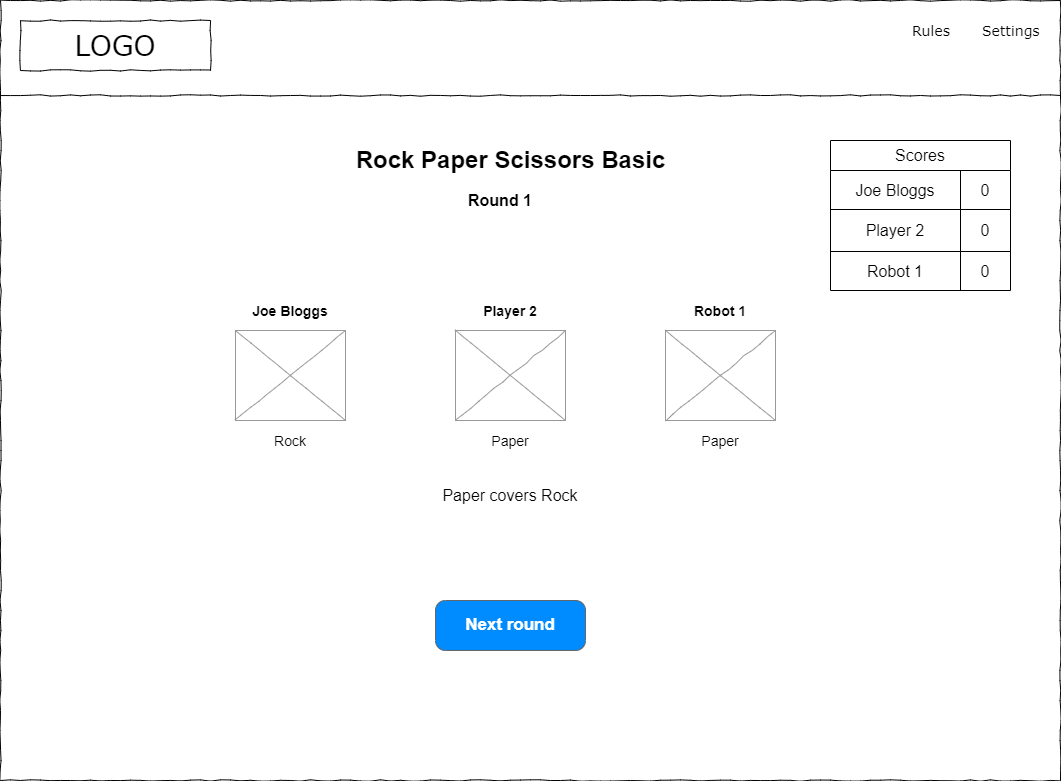
Above: design/img/rps-xtreme-round-result-large.drawio.png in ibuttimer/rock-paper-scissors-xtreme (draw.io), before the change. Source tidied: cells renumbered, new cells last; positions are measured from the earlier drawing's top-left corner, leaving out a move shared by most shapes.
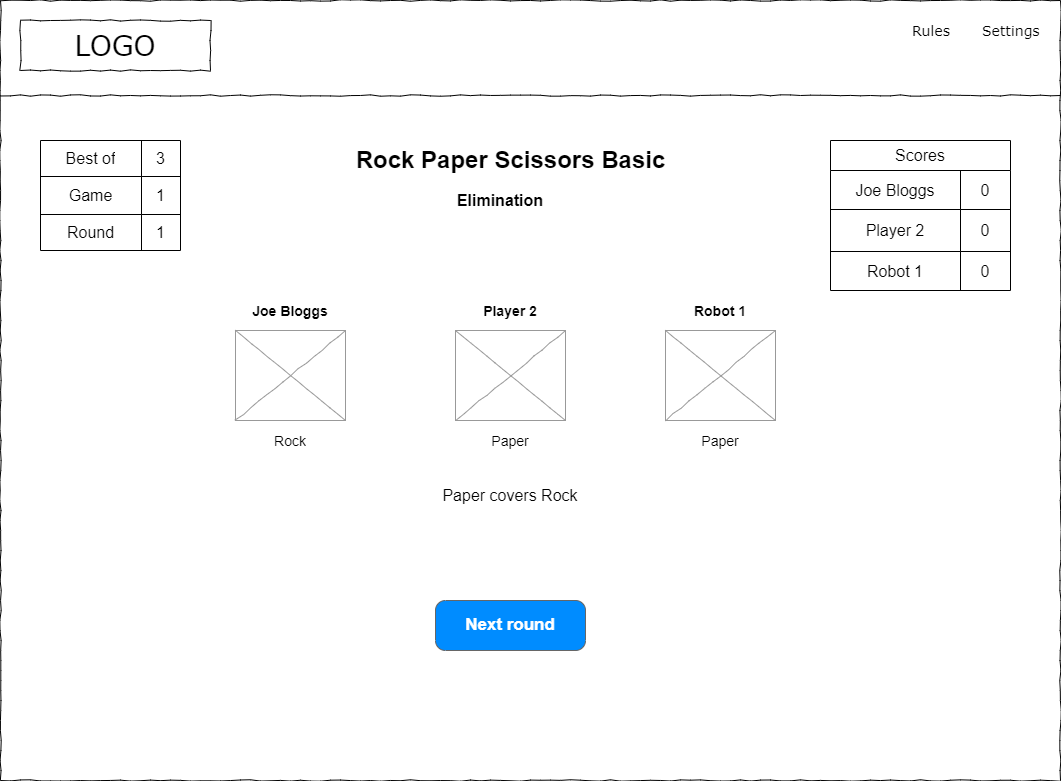
After the change.

The edit, as a diff of the source:
```diff
@@ -46,11 +46,6 @@
         <mxGeometry x="430" y="290" width="160" height="40" as="geometry" />
       </mxCell>
     </object>
-    <object id="14" label="&lt;b style=&quot;&quot;&gt;&lt;font style=&quot;font-size: 16px;&quot;&gt;Round 1&lt;/font&gt;&lt;/b&gt;" name="Variable" placeholders="1">
-      <mxCell style="text;html=1;strokeColor=none;fillColor=none;align=center;verticalAlign=middle;whiteSpace=wrap;overflow=hidden;" parent="1" vertex="1">
-        <mxGeometry x="420" y="180" width="160" height="40" as="geometry" />
-      </mxCell>
-    </object>
     <mxCell id="15" value="Paper covers Rock" style="text;html=1;strokeColor=none;fillColor=none;align=center;verticalAlign=middle;whiteSpace=wrap;rounded=0;fontSize=16;" parent="1" vertex="1">
       <mxGeometry x="440" y="480" width="140" height="30" as="geometry" />
     </mxCell>
@@ -100,5 +95,40 @@
     <mxCell id="29" value="0" style="shape=partialRectangle;html=1;whiteSpace=wrap;fillColor=none;top=0;left=0;bottom=0;right=0;overflow=hidden;fontSize=16;" parent="27" vertex="1">
       <mxGeometry x="130" width="50" height="39" as="geometry" />
     </mxCell>
+    <object id="30" label="&lt;b style=&quot;&quot;&gt;&lt;font style=&quot;font-size: 16px;&quot;&gt;Elimination&lt;/font&gt;&lt;/b&gt;" name="Variable" placeholders="1">
+      <mxCell style="text;html=1;strokeColor=none;fillColor=none;align=center;verticalAlign=middle;whiteSpace=wrap;overflow=hidden;" parent="1" vertex="1">
+        <mxGeometry x="340" y="180" width="320" height="40" as="geometry" />
+      </mxCell>
+    </object>
+    <mxCell id="31" style="shape=table;html=1;whiteSpace=wrap;startSize=0;fontSize=16;" parent="1" vertex="1">
+      <mxGeometry x="40" y="140" width="140" height="110" as="geometry" />
+    </mxCell>
+    <mxCell id="32" style="shape=tableRow;horizontal=0;startSize=0;swimlaneHead=0;swimlaneBody=0;top=0;left=0;bottom=0;right=0;fillColor=none;fontSize=16;" parent="31" vertex="1">
+      <mxGeometry width="140" height="36" as="geometry" />
+    </mxCell>
+    <mxCell id="33" value="Best of" style="shape=partialRectangle;html=1;whiteSpace=wrap;fillColor=none;top=0;left=0;bottom=0;right=0;overflow=hidden;fontSize=16;" parent="32" vertex="1">
+      <mxGeometry width="101" height="36" as="geometry" />
+    </mxCell>
+    <mxCell id="34" value="3" style="shape=partialRectangle;html=1;whiteSpace=wrap;fillColor=none;top=0;left=0;bottom=0;right=0;overflow=hidden;fontSize=16;" parent="32" vertex="1">
+      <mxGeometry x="101" width="39" height="36" as="geometry" />
+    </mxCell>
+    <mxCell id="35" style="shape=tableRow;horizontal=0;startSize=0;swimlaneHead=0;swimlaneBody=0;top=0;left=0;bottom=0;right=0;fillColor=none;fontSize=16;" parent="31" vertex="1">
+      <mxGeometry y="36" width="140" height="38" as="geometry" />
+    </mxCell>
+    <mxCell id="36" value="Game" style="shape=partialRectangle;html=1;whiteSpace=wrap;fillColor=none;top=0;left=0;bottom=0;right=0;overflow=hidden;fontSize=16;" parent="35" vertex="1">
+      <mxGeometry width="101" height="38" as="geometry" />
+    </mxCell>
+    <mxCell id="37" value="1" style="shape=partialRectangle;html=1;whiteSpace=wrap;fillColor=none;top=0;left=0;bottom=0;right=0;overflow=hidden;fontSize=16;" parent="35" vertex="1">
+      <mxGeometry x="101" width="39" height="38" as="geometry" />
+    </mxCell>
+    <mxCell id="38" style="shape=tableRow;horizontal=0;startSize=0;swimlaneHead=0;swimlaneBody=0;top=0;left=0;bottom=0;right=0;fillColor=none;fontSize=16;" parent="31" vertex="1">
+      <mxGeometry y="74" width="140" height="36" as="geometry" />
+    </mxCell>
+    <mxCell id="39" value="Round" style="shape=partialRectangle;html=1;whiteSpace=wrap;fillColor=none;top=0;left=0;bottom=0;right=0;overflow=hidden;fontSize=16;" parent="38" vertex="1">
+      <mxGeometry width="101" height="36" as="geometry" />
+    </mxCell>
+    <mxCell id="40" value="1" style="shape=partialRectangle;html=1;whiteSpace=wrap;fillColor=none;top=0;left=0;bottom=0;right=0;overflow=hidden;fontSize=16;" parent="38" vertex="1">
+      <mxGeometry x="101" width="39" height="36" as="geometry" />
+    </mxCell>
   </root>
 </mxGraphModel>
```
